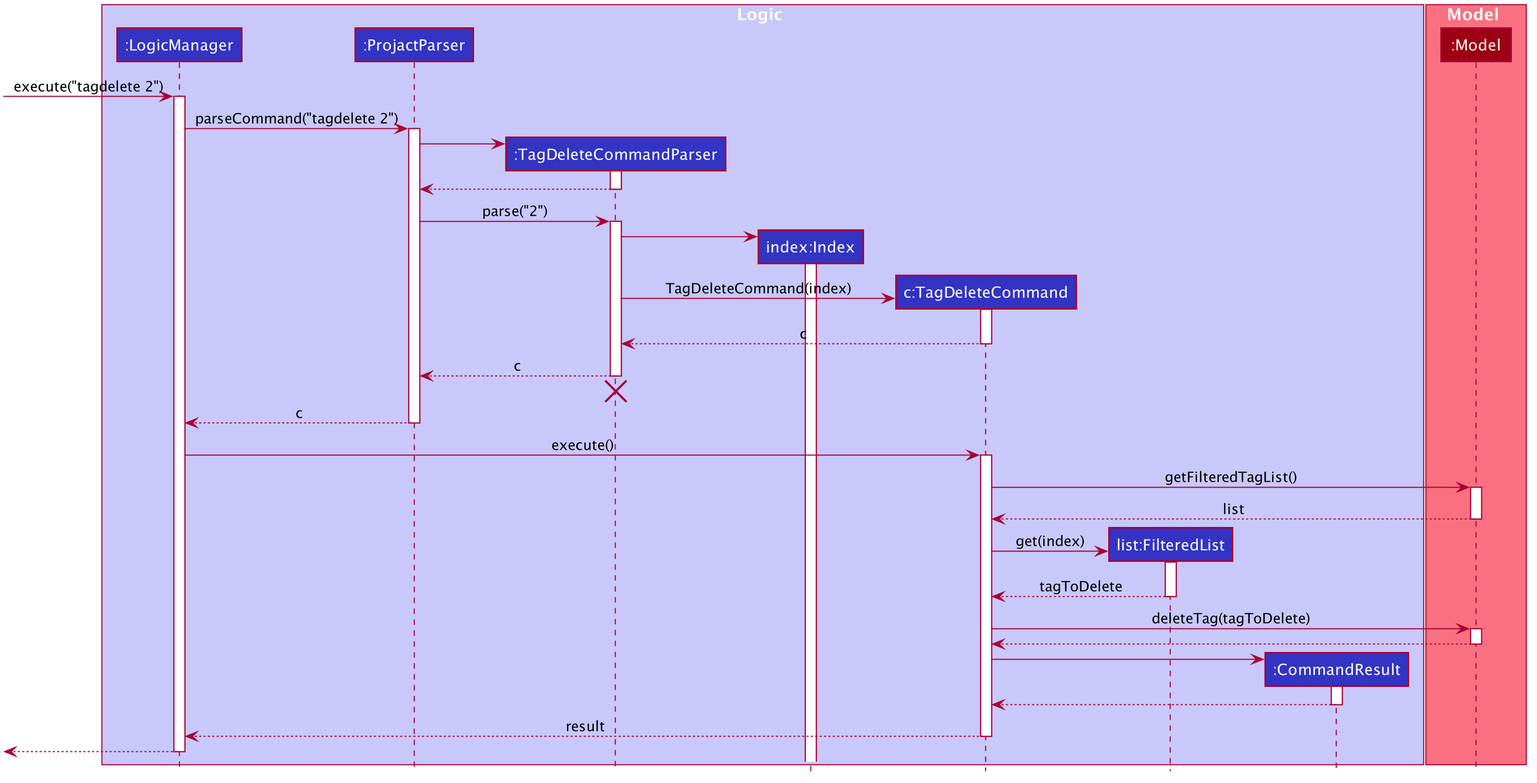
This is docs/images/TagDeleteSequenceDiagram.png from siqiang-ng/tp, a PlantUML export, as it was before one commit. The source it was exported from:
```plantuml
@startuml








skinparam BackgroundColor #FFFFFFF

skinparam Shadowing false

skinparam Class {
    FontColor #FFFFFF
    BorderThickness 1
    BorderColor #FFFFFF
    StereotypeFontColor #FFFFFF
    FontName Arial
}

skinparam Actor {
    BorderColor #000000
    Color #000000
    FontName Arial
}

skinparam Sequence {
    MessageAlign center
    BoxFontSize 15
    BoxPadding 0
    BoxFontColor #FFFFFF
    FontName Arial
}

skinparam Participant {
    FontColor #FFFFFFF
    Padding 20
}

skinparam MinClassWidth 50
skinparam ParticipantPadding 10
skinparam Shadowing false
skinparam DefaultTextAlignment center
skinparam packageStyle Rectangle

hide footbox
hide members
hide circle

 box Logic #C8C8FA
 participant ":LogicManager" as LogicManager #3333C4
 participant ":ProjactParser" as ProjactParser #3333C4
 participant ":TagDeleteCommandParser" as TagDeleteCommandParser #3333C4
 participant "index:Index" as Index #3333C4
 participant "c:TagDeleteCommand" as TagDeleteCommand #3333C4
 participant "list:FilteredList" as FilteredList #3333C4
 participant ":CommandResult" as CommandResult #3333C4
 end box

 box Model #F97181
 participant ":Model" as Model #9D0012
 end box

 [-> LogicManager : execute("tagdelete 2")
 activate LogicManager

 LogicManager -> ProjactParser : parseCommand("tagdelete 2")
 activate ProjactParser

 create TagDeleteCommandParser
 ProjactParser -> TagDeleteCommandParser
 activate TagDeleteCommandParser

 TagDeleteCommandParser --> ProjactParser
 deactivate TagDeleteCommandParser

 ProjactParser -> TagDeleteCommandParser : parse("2")
 activate TagDeleteCommandParser

 create Index
 TagDeleteCommandParser -> Index
 activate Index

 create TagDeleteCommand
 TagDeleteCommandParser -> TagDeleteCommand : TagDeleteCommand(index)
 activate TagDeleteCommand

 TagDeleteCommand --> TagDeleteCommandParser : c
 deactivate TagDeleteCommand

 TagDeleteCommandParser --> ProjactParser : c
 deactivate TagDeleteCommandParser
 TagDeleteCommandParser -[hidden]-> ProjactParser
 destroy TagDeleteCommandParser

 ProjactParser --> LogicManager : c
 deactivate ProjactParser

 LogicManager -> TagDeleteCommand : execute()
 activate TagDeleteCommand

 TagDeleteCommand -> Model : getFilteredTagList()
 activate Model

 Model --> TagDeleteCommand : list
 deactivate Model

 create FilteredList
 TagDeleteCommand -> FilteredList : get(index)
 activate FilteredList

 FilteredList --> TagDeleteCommand : tagToDelete
 deactivate FilteredList

 TagDeleteCommand -> Model : deleteTag(tagToDelete)
 activate Model

 Model --> TagDeleteCommand
 deactivate Model

 create CommandResult
 TagDeleteCommand -> CommandResult
 activate CommandResult

 CommandResult --> TagDeleteCommand
 deactivate CommandResult

 TagDeleteCommand --> LogicManager : result
 deactivate TagDeleteCommand

 [<--LogicManager
 deactivate LogicManager


 @enduml
```
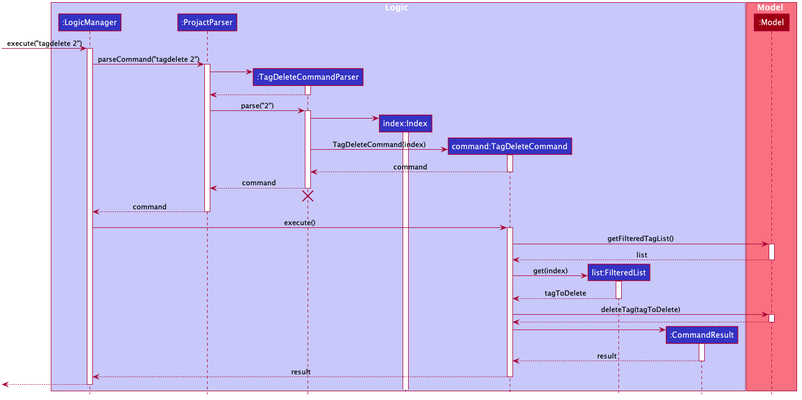
The same diagram one commit later.

The edit, as a diff of the source:
```diff
@@ -48,89 +48,88 @@
 hide members
 hide circle
 
- box Logic #C8C8FA
- participant ":LogicManager" as LogicManager #3333C4
- participant ":ProjactParser" as ProjactParser #3333C4
- participant ":TagDeleteCommandParser" as TagDeleteCommandParser #3333C4
- participant "index:Index" as Index #3333C4
- participant "c:TagDeleteCommand" as TagDeleteCommand #3333C4
- participant "list:FilteredList" as FilteredList #3333C4
- participant ":CommandResult" as CommandResult #3333C4
- end box
+box Logic #C8C8FA
+participant ":LogicManager" as LogicManager #3333C4
+participant ":ProjactParser" as ProjactParser #3333C4
+participant ":TagDeleteCommandParser" as TagDeleteCommandParser #3333C4
+participant "index:Index" as Index #3333C4
+participant "command:TagDeleteCommand" as TagDeleteCommand #3333C4
+participant "list:FilteredList" as FilteredList #3333C4
+participant ":CommandResult" as CommandResult #3333C4
+end box
 
- box Model #F97181
- participant ":Model" as Model #9D0012
- end box
+box Model #F97181
+participant ":Model" as Model #9D0012
+end box
 
- [-> LogicManager : execute("tagdelete 2")
- activate LogicManager
+[-> LogicManager : execute("tagdelete 2")
+activate LogicManager
 
- LogicManager -> ProjactParser : parseCommand("tagdelete 2")
- activate ProjactParser
+LogicManager -> ProjactParser : parseCommand("tagdelete 2")
+activate ProjactParser
 
- create TagDeleteCommandParser
- ProjactParser -> TagDeleteCommandParser
- activate TagDeleteCommandParser
+create TagDeleteCommandParser
+ProjactParser -> TagDeleteCommandParser
+activate TagDeleteCommandParser
 
- TagDeleteCommandParser --> ProjactParser
- deactivate TagDeleteCommandParser
+TagDeleteCommandParser --> ProjactParser
+deactivate TagDeleteCommandParser
 
- ProjactParser -> TagDeleteCommandParser : parse("2")
- activate TagDeleteCommandParser
+ProjactParser -> TagDeleteCommandParser : parse("2")
+activate TagDeleteCommandParser
 
- create Index
- TagDeleteCommandParser -> Index
- activate Index
+create Index
+TagDeleteCommandParser -> Index
+activate Index
 
- create TagDeleteCommand
- TagDeleteCommandParser -> TagDeleteCommand : TagDeleteCommand(index)
- activate TagDeleteCommand
+create TagDeleteCommand
+TagDeleteCommandParser -> TagDeleteCommand : TagDeleteCommand(index)
+activate TagDeleteCommand
 
- TagDeleteCommand --> TagDeleteCommandParser : c
- deactivate TagDeleteCommand
+TagDeleteCommand --> TagDeleteCommandParser : command
+deactivate TagDeleteCommand
 
- TagDeleteCommandParser --> ProjactParser : c
- deactivate TagDeleteCommandParser
- TagDeleteCommandParser -[hidden]-> ProjactParser
- destroy TagDeleteCommandParser
+TagDeleteCommandParser --> ProjactParser : command
+deactivate TagDeleteCommandParser
+TagDeleteCommandParser -[hidden]-> ProjactParser
+destroy TagDeleteCommandParser
 
- ProjactParser --> LogicManager : c
- deactivate ProjactParser
+ProjactParser --> LogicManager : command
+deactivate ProjactParser
 
- LogicManager -> TagDeleteCommand : execute()
- activate TagDeleteCommand
+LogicManager -> TagDeleteCommand : execute()
+activate TagDeleteCommand
 
- TagDeleteCommand -> Model : getFilteredTagList()
- activate Model
+TagDeleteCommand -> Model : getFilteredTagList()
+activate Model
 
- Model --> TagDeleteCommand : list
- deactivate Model
+Model --> TagDeleteCommand : list
+deactivate Model
 
- create FilteredList
- TagDeleteCommand -> FilteredList : get(index)
- activate FilteredList
+create FilteredList
+TagDeleteCommand -> FilteredList : get(index)
+activate FilteredList
 
- FilteredList --> TagDeleteCommand : tagToDelete
- deactivate FilteredList
+FilteredList --> TagDeleteCommand : tagToDelete
+deactivate FilteredList
 
- TagDeleteCommand -> Model : deleteTag(tagToDelete)
- activate Model
+TagDeleteCommand -> Model : deleteTag(tagToDelete)
+activate Model
 
- Model --> TagDeleteCommand
- deactivate Model
+Model --> TagDeleteCommand
+deactivate Model
 
- create CommandResult
- TagDeleteCommand -> CommandResult
- activate CommandResult
+create CommandResult
+TagDeleteCommand -> CommandResult
+activate CommandResult
 
- CommandResult --> TagDeleteCommand
- deactivate CommandResult
+CommandResult --> TagDeleteCommand : result
+deactivate CommandResult
 
- TagDeleteCommand --> LogicManager : result
- deactivate TagDeleteCommand
+TagDeleteCommand --> LogicManager : result
+deactivate TagDeleteCommand
 
- [<--LogicManager
- deactivate LogicManager
+[<--LogicManager
+deactivate LogicManager
 
-
- @enduml
+@enduml
```
